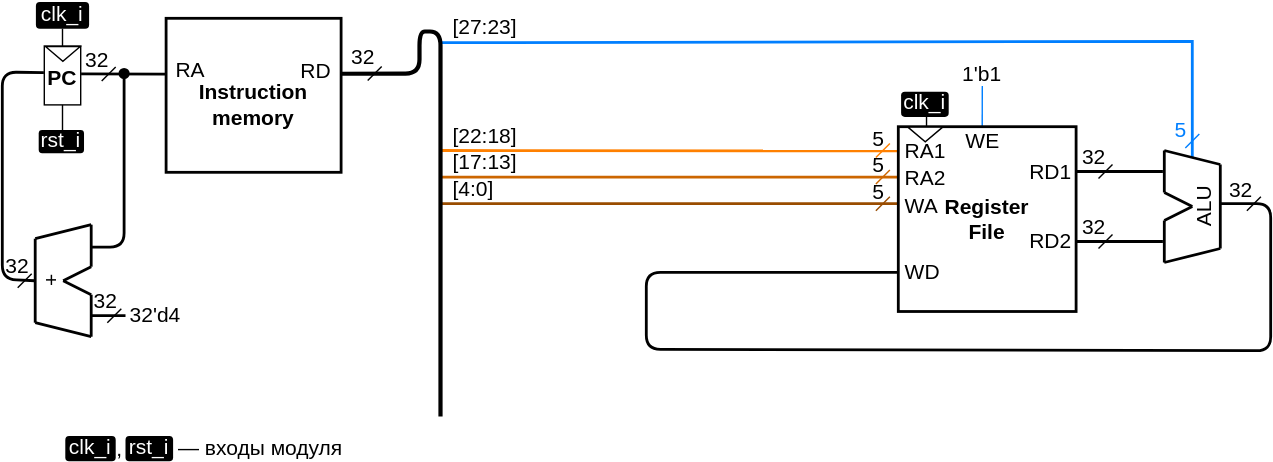
Before: .pic/Labs/lab_04_cybercobra/ppd_1.drawio.svg, a diagram exported from draw.io (MPSU/APS). Source tidied: cells renumbered, new cells last; positions are measured from the earlier drawing's top-left corner, leaving out a move shared by most shapes.
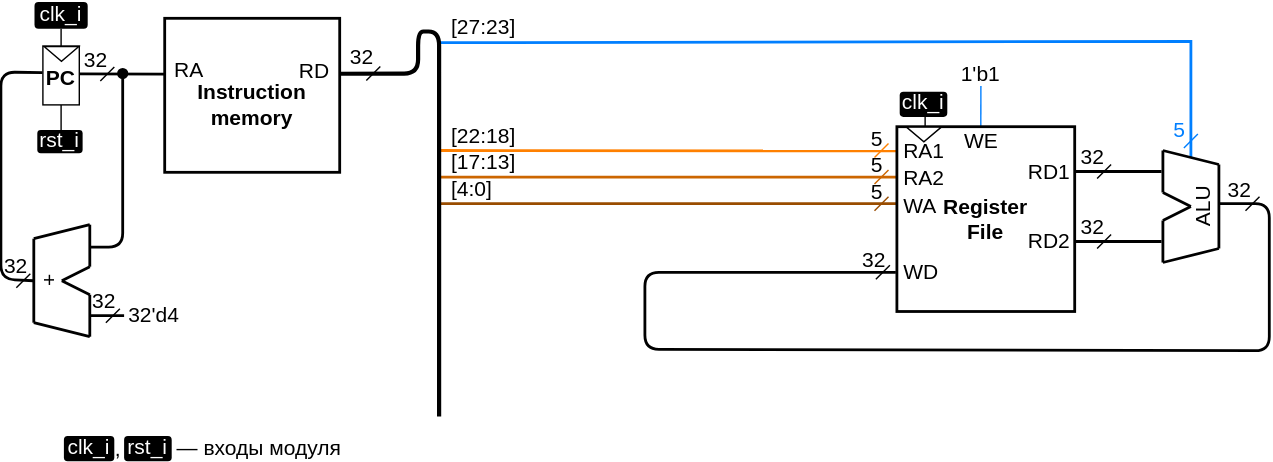
The same file after the commit.

The edit, as a diff of the source:
```diff
@@ -391,5 +391,14 @@
     <mxCell id="84" value="1'b1" style="text;html=1;strokeColor=none;fillColor=none;align=center;verticalAlign=middle;whiteSpace=wrap;rounded=0;fontSize=15;fontColor=#000000;comic=0;jiggle=0.5;" parent="1" vertex="1">
       <mxGeometry x="688" y="46.4" width="24" height="10" as="geometry" />
     </mxCell>
+    <mxCell id="85" style="endArrow=none;html=1;rounded=0;comic=0;jiggle=0.5;fontSize=15;strokeColor=#000000;" parent="1" edge="1">
+      <mxGeometry relative="1" as="geometry">
+        <mxPoint x="625" y="198" as="sourcePoint" />
+        <mxPoint x="635" y="188" as="targetPoint" />
+      </mxGeometry>
+    </mxCell>
+    <mxCell id="86" value="32" style="text;html=1;strokeColor=none;fillColor=none;align=center;verticalAlign=middle;whiteSpace=wrap;rounded=0;fontSize=15;fontColor=#000000;comic=0;jiggle=0.5;" parent="1" vertex="1">
+      <mxGeometry x="619" y="179" width="10" height="10" as="geometry" />
+    </mxCell>
   </root>
 </mxGraphModel>
```
